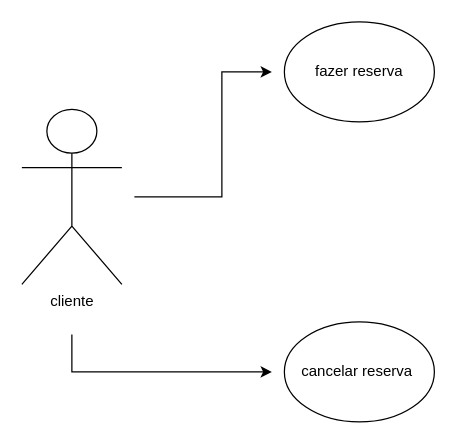
Earlier version of the draw.io diagram page "Página-3" (2 of 4) of diagramanovo.drawio (brenndabhhe/diagramasderequisitos-). Source tidied: cells renumbered, new cells numbered last; positions are measured from the earlier drawing's top-left corner, leaving out a move shared by most shapes. Both pictures are drawn from the tidied source at 125%, with x=0, y=0 at pixel (21, 21).
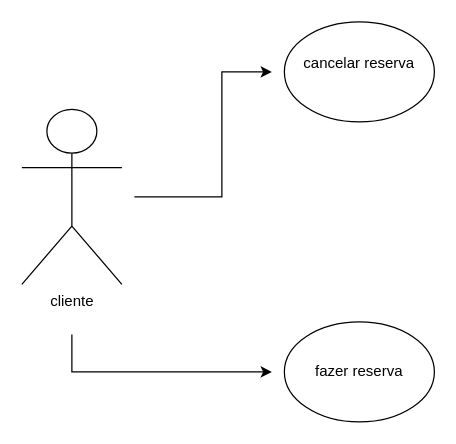
The same page after the edit.

Diff of the diagram source:
```diff
@@
 <mxGraphModel>
   <root>
     <mxCell id="0" />
     <mxCell id="1" parent="0" />
     <mxCell id="2" value="cliente&lt;div&gt;&lt;br&gt;&lt;/div&gt;" style="shape=umlActor;verticalLabelPosition=bottom;verticalAlign=top;html=1;direction=east;" parent="1" vertex="1">
       <mxGeometry y="70" width="80" height="140" as="geometry" />
     </mxCell>
-    <mxCell id="3" value="fazer reserva" style="ellipse;whiteSpace=wrap;html=1;" parent="1" vertex="1">
+    <mxCell id="3" value="cancelar reserva&lt;div&gt;&lt;br&gt;&lt;/div&gt;" style="ellipse;whiteSpace=wrap;html=1;" parent="1" vertex="1">
       <mxGeometry x="210" width="120" height="80" as="geometry" />
     </mxCell>
-    <mxCell id="4" value="cancelar reserva&amp;nbsp;" style="ellipse;whiteSpace=wrap;html=1;" parent="1" vertex="1">
+    <mxCell id="4" value="fazer reserva" style="ellipse;whiteSpace=wrap;html=1;" parent="1" vertex="1">
       <mxGeometry x="210" y="240" width="120" height="80" as="geometry" />
     </mxCell>
     <mxCell id="5" style="endArrow=classic;html=1;rounded=0;" parent="1" edge="1">
       <mxGeometry relative="1" as="geometry">
         <mxPoint x="40" y="250" as="sourcePoint" />
         <mxPoint x="200" y="280" as="targetPoint" />
         <Array as="points">
           <mxPoint x="40" y="280" />
         </Array>
       </mxGeometry>
     </mxCell>
     <mxCell id="6" style="endArrow=classic;html=1;rounded=0;" parent="1" edge="1">
       <mxGeometry relative="1" as="geometry">
         <mxPoint x="90" y="140" as="sourcePoint" />
         <mxPoint x="200" y="40" as="targetPoint" />
         <Array as="points">
           <mxPoint x="160" y="140" />
           <mxPoint x="160" y="40" />
         </Array>
       </mxGeometry>
     </mxCell>
   </root>
 </mxGraphModel>
```
